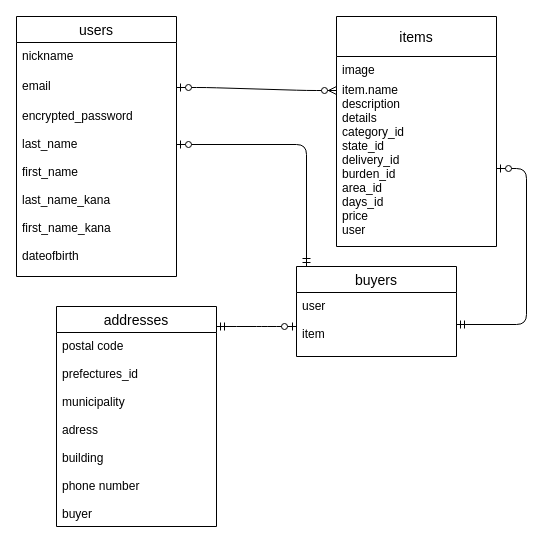
kousuke-amano/furima-33946 keeps this draw.io diagram as er.dio. Above is the earlier version. Source tidied: cells renumbered, new cells numbered last; positions are measured from the earlier drawing's top-left corner, leaving out a move shared by most shapes. Both pictures are drawn from the tidied source at 100%, with x=0, y=0 at pixel (16, 16).
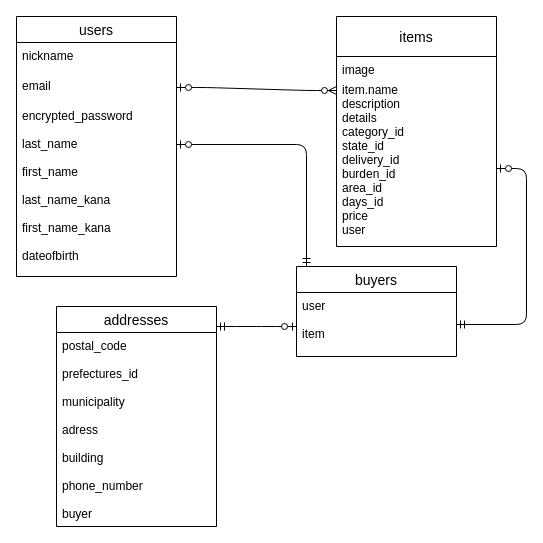
Above is the later version.

Commit message (it also covers changes not shown here):
データベース設計の修正

Unchanged cells that the change refers to:
```xml
<mxCell id="10" value="addresses" style="swimlane;fontStyle=0;horizontal=1;startSize=26;align=center;fontSize=14;" parent="1" vertex="1">
  <mxGeometry x="40" y="290" width="160" height="220" as="geometry" />
</mxCell>
```

The edit, as a diff of the source:
```diff
@@
-    <mxCell id="11" value="postal code&#10;&#10;prefectures_id&#10;&#10;municipality&#10;&#10;adress&#10;&#10;building&#10;&#10;phone number&#10;&#10;buyer&#10;&#10;&#10;&#10;" style="text;strokeColor=none;fillColor=none;spacingLeft=4;spacingRight=4;overflow=hidden;fontSize=12;" parent="10" vertex="1">
+    <mxCell id="11" value="postal_code&#10;&#10;prefectures_id&#10;&#10;municipality&#10;&#10;adress&#10;&#10;building&#10;&#10;phone_number&#10;&#10;buyer&#10;&#10;&#10;&#10;" style="text;strokeColor=none;fillColor=none;spacingLeft=4;spacingRight=4;overflow=hidden;fontSize=12;" parent="10" vertex="1">
       <mxGeometry y="26" width="160" height="194" as="geometry" />
     </mxCell>
```
